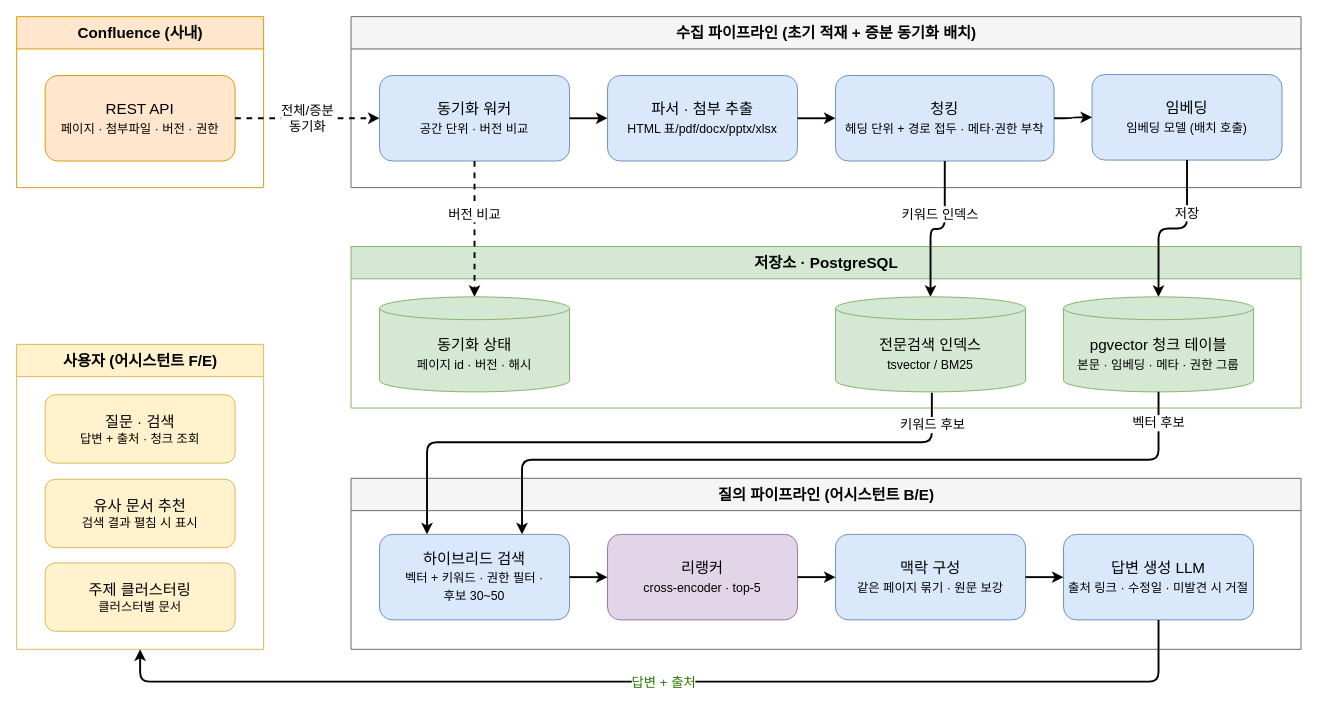
Before: docs/architecture.drawio in jungchul-dev/confluence-kb, a draw.io diagram. Source tidied: cells renumbered, new cells numbered last; positions are measured from the earlier drawing's top-left corner, leaving out a move shared by most shapes. Both pictures are drawn from the tidied source at 95%, with x=0, y=0 at pixel (16, 16).
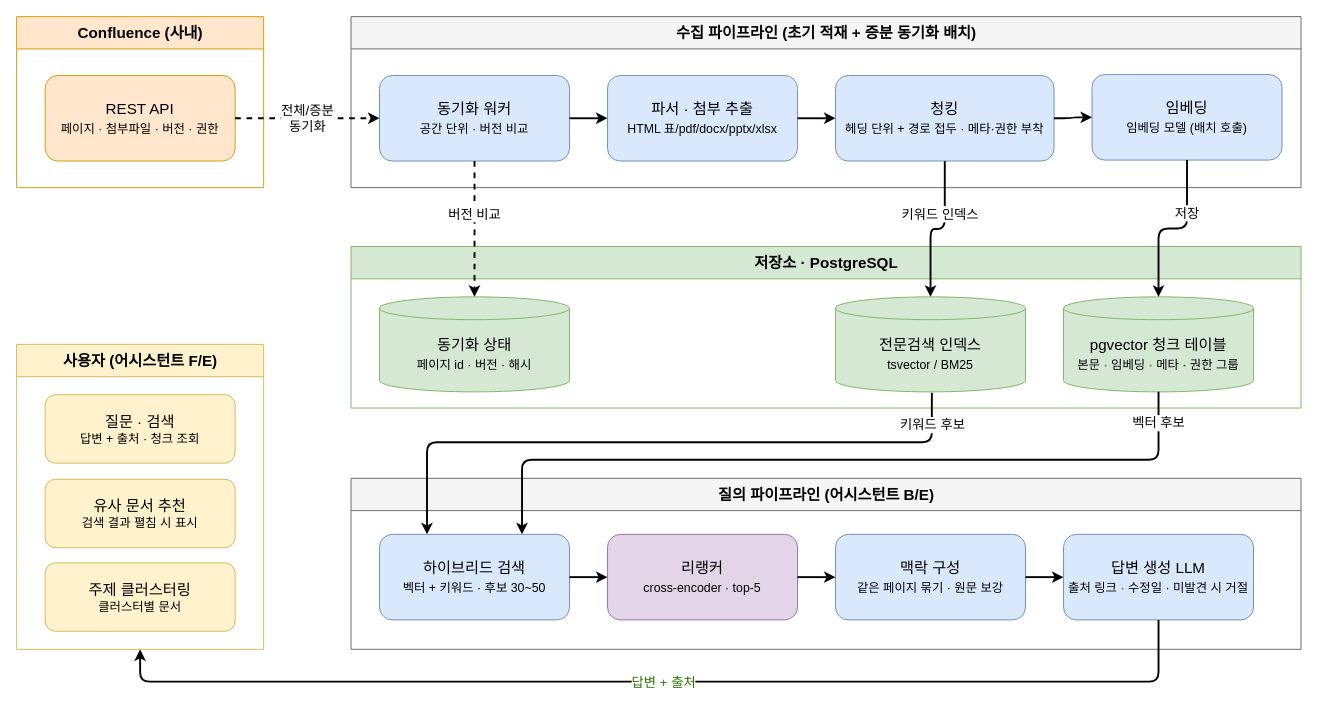
The same diagram, later.

Diff of the diagram source:
```diff
@@
-    <mxCell id="27" value="하이브리드 검색&lt;br&gt;&lt;font style=&quot;font-size:13px&quot;&gt;벡터 + 키워드 · 권한 필터 ·&lt;/font&gt;&lt;div&gt;&lt;font style=&quot;font-size:13px&quot;&gt;후보 30~50&lt;/font&gt;&lt;/div&gt;" style="rounded=1;whiteSpace=wrap;html=1;fontSize=16;fillColor=#dae8fc;strokeColor=#6c8ebf;" parent="1" vertex="1">
+    <mxCell id="27" value="하이브리드 검색&lt;br&gt;&lt;font style=&quot;font-size:13px&quot;&gt;벡터 + 키워드 ·&amp;nbsp;&lt;/font&gt;&lt;span style=&quot;font-size: 13px; background-color: transparent; color: light-dark(#000000, var(--ge-light-color, #ffffff));&quot;&gt;후보 30~50&lt;/span&gt;" style="rounded=1;whiteSpace=wrap;html=1;fontSize=16;fillColor=#dae8fc;strokeColor=#6c8ebf;" parent="1" vertex="1">
       <mxGeometry x="382" y="545" width="200" height="90" as="geometry" />
     </mxCell>
```
